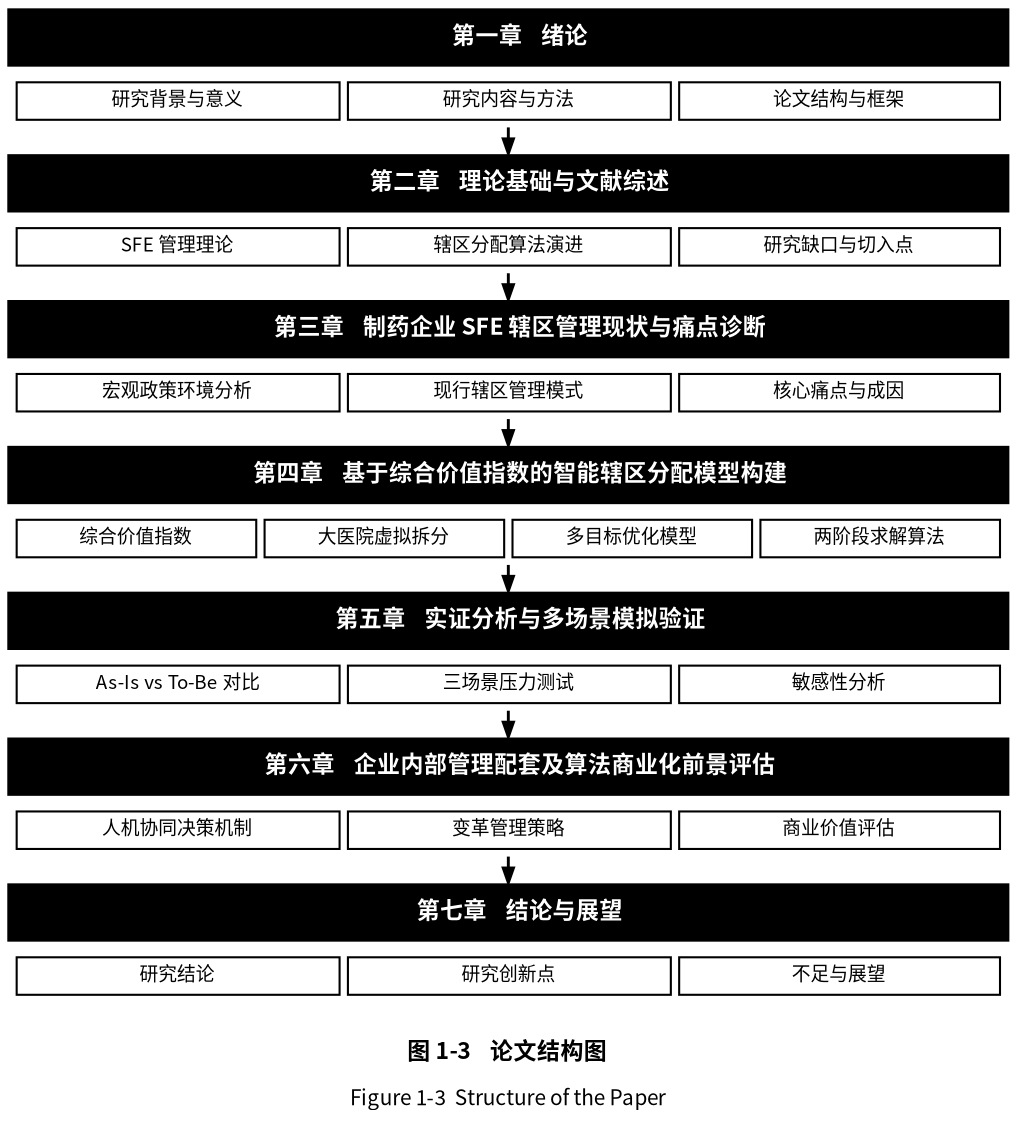
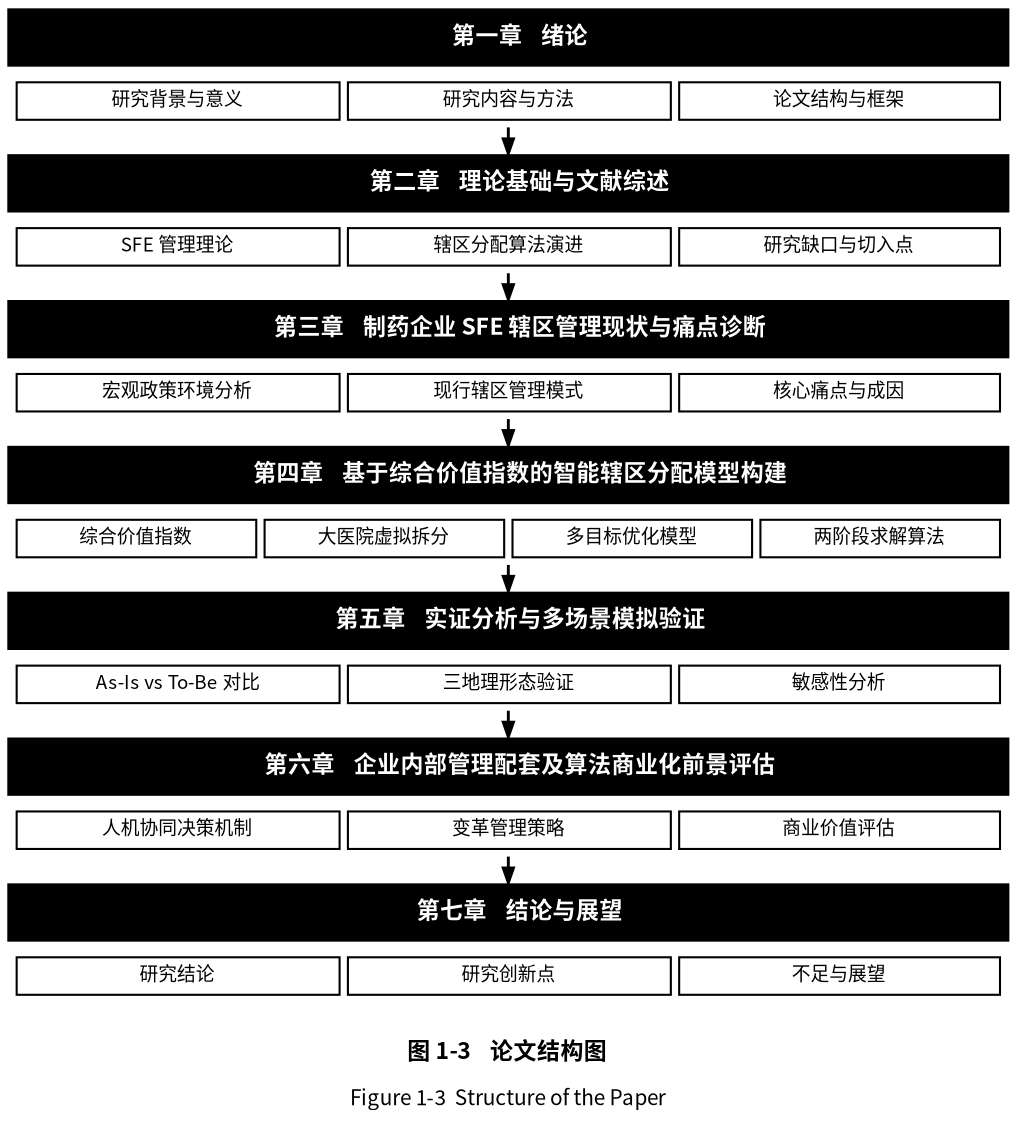
digraph G {
    rankdir=TB;
    dpi=300;
    bgcolor="white";
    fontname="Noto Sans CJK SC";
    nodesep=0.4;
    ranksep=0.18;

    node [fontname="Noto Sans CJK SC", shape=none, margin="0"];
    edge [color="black", penwidth=1.4, arrowsize=0.7];

    // ========== 第一章 绪论 ==========
    ch1 [label=<
        <TABLE BORDER="0" CELLBORDER="0" CELLSPACING="0" CELLPADDING="0">
            <TR><TD BORDER="1" BGCOLOR="black" CELLPADDING="5" WIDTH="480" ALIGN="CENTER">
                <FONT COLOR="white" POINT-SIZE="11"><B>第一章    绪论</B></FONT>
            </TD></TR>
            <TR><TD CELLPADDING="2"></TD></TR>
            <TR><TD>
                <TABLE BORDER="0" CELLBORDER="1" CELLSPACING="4" CELLPADDING="3">
                    <TR>
                        <TD WIDTH="150" ALIGN="CENTER"><FONT POINT-SIZE="9">研究背景与意义</FONT></TD>
                        <TD WIDTH="150" ALIGN="CENTER"><FONT POINT-SIZE="9">研究内容与方法</FONT></TD>
                        <TD WIDTH="150" ALIGN="CENTER"><FONT POINT-SIZE="9">论文结构与框架</FONT></TD>
                    </TR>
                </TABLE>
            </TD></TR>
        </TABLE>
    >];

    // ========== 第二章 文献综述 ==========
    ch2 [label=<
        <TABLE BORDER="0" CELLBORDER="0" CELLSPACING="0" CELLPADDING="0">
            <TR><TD BORDER="1" BGCOLOR="black" CELLPADDING="5" WIDTH="480" ALIGN="CENTER">
                <FONT COLOR="white" POINT-SIZE="11"><B>第二章    理论基础与文献综述</B></FONT>
            </TD></TR>
            <TR><TD CELLPADDING="2"></TD></TR>
            <TR><TD>
                <TABLE BORDER="0" CELLBORDER="1" CELLSPACING="4" CELLPADDING="3">
                    <TR>
                        <TD WIDTH="150" ALIGN="CENTER"><FONT POINT-SIZE="9">SFE 管理理论</FONT></TD>
                        <TD WIDTH="150" ALIGN="CENTER"><FONT POINT-SIZE="9">辖区分配算法演进</FONT></TD>
                        <TD WIDTH="150" ALIGN="CENTER"><FONT POINT-SIZE="9">研究缺口与切入点</FONT></TD>
                    </TR>
                </TABLE>
            </TD></TR>
        </TABLE>
    >];

    // ========== 第三章 现状诊断 ==========
    ch3 [label=<
        <TABLE BORDER="0" CELLBORDER="0" CELLSPACING="0" CELLPADDING="0">
            <TR><TD BORDER="1" BGCOLOR="black" CELLPADDING="5" WIDTH="480" ALIGN="CENTER">
                <FONT COLOR="white" POINT-SIZE="11"><B>第三章    制药企业 SFE 辖区管理现状与痛点诊断</B></FONT>
            </TD></TR>
            <TR><TD CELLPADDING="2"></TD></TR>
            <TR><TD>
                <TABLE BORDER="0" CELLBORDER="1" CELLSPACING="4" CELLPADDING="3">
                    <TR>
                        <TD WIDTH="150" ALIGN="CENTER"><FONT POINT-SIZE="9">宏观政策环境分析</FONT></TD>
                        <TD WIDTH="150" ALIGN="CENTER"><FONT POINT-SIZE="9">现行辖区管理模式</FONT></TD>
                        <TD WIDTH="150" ALIGN="CENTER"><FONT POINT-SIZE="9">核心痛点与成因</FONT></TD>
                    </TR>
                </TABLE>
            </TD></TR>
        </TABLE>
    >];

    // ========== 第四章 模型构建（核心，宽一点）==========
    ch4 [label=<
        <TABLE BORDER="0" CELLBORDER="0" CELLSPACING="0" CELLPADDING="0">
            <TR><TD BORDER="1" BGCOLOR="black" CELLPADDING="5" WIDTH="480" ALIGN="CENTER">
                <FONT COLOR="white" POINT-SIZE="11"><B>第四章    基于综合价值指数的智能辖区分配模型构建</B></FONT>
            </TD></TR>
            <TR><TD CELLPADDING="2"></TD></TR>
            <TR><TD>
                <TABLE BORDER="0" CELLBORDER="1" CELLSPACING="4" CELLPADDING="3">
                    <TR>
                        <TD WIDTH="113" ALIGN="CENTER"><FONT POINT-SIZE="9">综合价值指数</FONT></TD>
                        <TD WIDTH="113" ALIGN="CENTER"><FONT POINT-SIZE="9">大医院虚拟拆分</FONT></TD>
                        <TD WIDTH="113" ALIGN="CENTER"><FONT POINT-SIZE="9">多目标优化模型</FONT></TD>
                        <TD WIDTH="113" ALIGN="CENTER"><FONT POINT-SIZE="9">两阶段求解算法</FONT></TD>
                    </TR>
                </TABLE>
            </TD></TR>
        </TABLE>
    >];

    // ========== 第五章 实证分析 ==========
    ch5 [label=<
        <TABLE BORDER="0" CELLBORDER="0" CELLSPACING="0" CELLPADDING="0">
            <TR><TD BORDER="1" BGCOLOR="black" CELLPADDING="5" WIDTH="480" ALIGN="CENTER">
                <FONT COLOR="white" POINT-SIZE="11"><B>第五章    实证分析与多场景模拟验证</B></FONT>
            </TD></TR>
            <TR><TD CELLPADDING="2"></TD></TR>
            <TR><TD>
                <TABLE BORDER="0" CELLBORDER="1" CELLSPACING="4" CELLPADDING="3">
                    <TR>
                        <TD WIDTH="150" ALIGN="CENTER"><FONT POINT-SIZE="9">As-Is vs To-Be 对比</FONT></TD>
-                         <TD WIDTH="150" ALIGN="CENTER"><FONT POINT-SIZE="9">三场景压力测试</FONT></TD>
+                         <TD WIDTH="150" ALIGN="CENTER"><FONT POINT-SIZE="9">三地理形态验证</FONT></TD>
                        <TD WIDTH="150" ALIGN="CENTER"><FONT POINT-SIZE="9">敏感性分析</FONT></TD>
                    </TR>
                </TABLE>
            </TD></TR>
        </TABLE>
    >];

    // ========== 第六章 商业化 ==========
    ch6 [label=<
        <TABLE BORDER="0" CELLBORDER="0" CELLSPACING="0" CELLPADDING="0">
            <TR><TD BORDER="1" BGCOLOR="black" CELLPADDING="5" WIDTH="480" ALIGN="CENTER">
                <FONT COLOR="white" POINT-SIZE="11"><B>第六章    企业内部管理配套及算法商业化前景评估</B></FONT>
            </TD></TR>
            <TR><TD CELLPADDING="2"></TD></TR>
            <TR><TD>
                <TABLE BORDER="0" CELLBORDER="1" CELLSPACING="4" CELLPADDING="3">
                    <TR>
                        <TD WIDTH="150" ALIGN="CENTER"><FONT POINT-SIZE="9">人机协同决策机制</FONT></TD>
                        <TD WIDTH="150" ALIGN="CENTER"><FONT POINT-SIZE="9">变革管理策略</FONT></TD>
                        <TD WIDTH="150" ALIGN="CENTER"><FONT POINT-SIZE="9">商业价值评估</FONT></TD>
                    </TR>
                </TABLE>
            </TD></TR>
        </TABLE>
    >];

    // ========== 第七章 结论与展望 ==========
    ch7 [label=<
        <TABLE BORDER="0" CELLBORDER="0" CELLSPACING="0" CELLPADDING="0">
            <TR><TD BORDER="1" BGCOLOR="black" CELLPADDING="5" WIDTH="480" ALIGN="CENTER">
                <FONT COLOR="white" POINT-SIZE="11"><B>第七章    结论与展望</B></FONT>
            </TD></TR>
            <TR><TD CELLPADDING="2"></TD></TR>
            <TR><TD>
                <TABLE BORDER="0" CELLBORDER="1" CELLSPACING="4" CELLPADDING="3">
                    <TR>
                        <TD WIDTH="150" ALIGN="CENTER"><FONT POINT-SIZE="9">研究结论</FONT></TD>
                        <TD WIDTH="150" ALIGN="CENTER"><FONT POINT-SIZE="9">研究创新点</FONT></TD>
                        <TD WIDTH="150" ALIGN="CENTER"><FONT POINT-SIZE="9">不足与展望</FONT></TD>
                    </TR>
                </TABLE>
            </TD></TR>
        </TABLE>
    >];

    // 章间顺序连接（细线箭头）
    ch1 -> ch2 -> ch3 -> ch4 -> ch5 -> ch6 -> ch7;

    // 图注
    caption [label=<
        <TABLE BORDER="0" CELLBORDER="0" CELLSPACING="2" CELLPADDING="4">
            <TR><TD ALIGN="CENTER"><B><FONT POINT-SIZE="11">图 1-3    论文结构图</FONT></B></TD></TR>
            <TR><TD ALIGN="CENTER"><FONT POINT-SIZE="10">Figure 1-3  Structure of the Paper</FONT></TD></TR>
        </TABLE>
    >];
    ch7 -> caption [style=invis];
}
